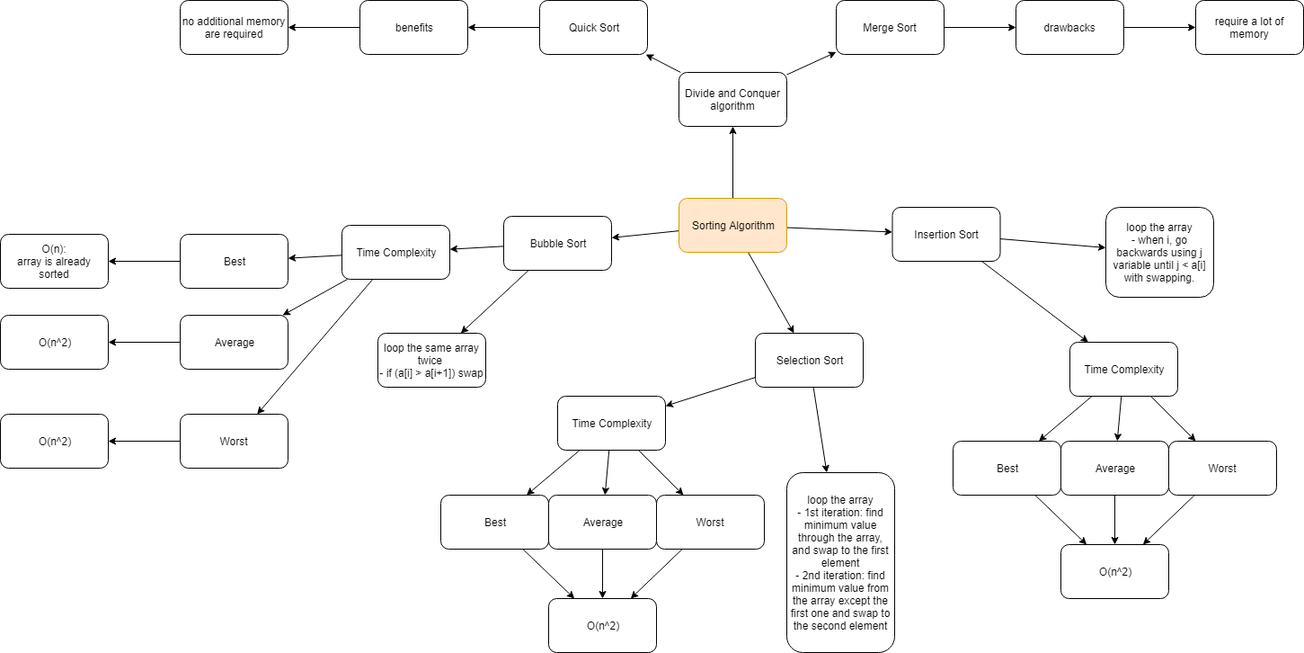
The draw.io diagram Sorting_Algorithm.PNG in stsiwo/data_structures_and_algorithm, before a commit. Source tidied: cells renumbered, new cells last; positions are measured from the earlier drawing's top-left corner, leaving out a move shared by most shapes.
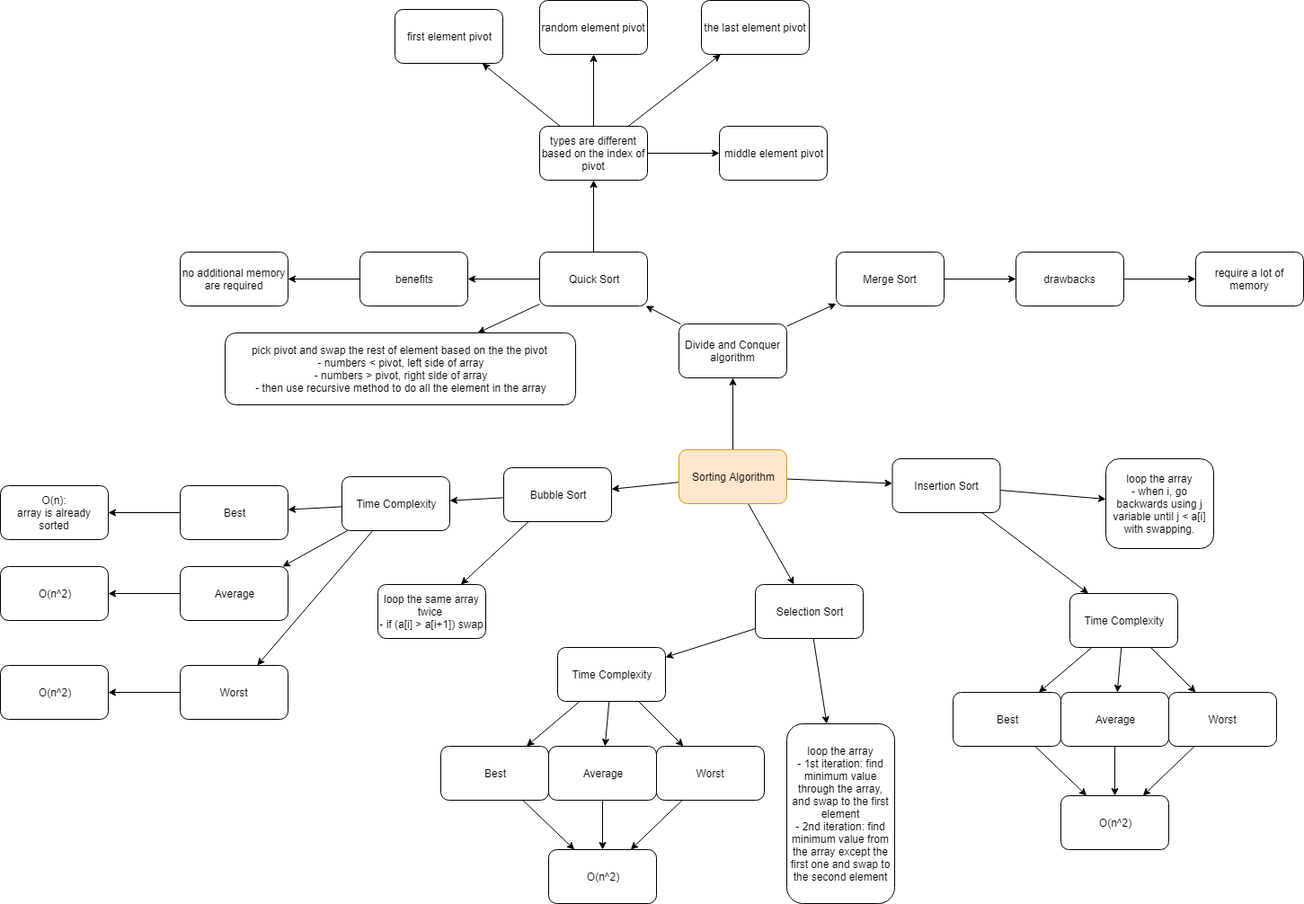
Later version of the same file.

Diff of the diagram source:
```diff
@@ -44,9 +44,45 @@
     <mxCell id="15" style="edgeStyle=none;rounded=0;jettySize=auto;html=1;" parent="1" edge="1" source="16" target="18">
       <mxGeometry relative="1" as="geometry" />
     </mxCell>
+    <mxCell id="69" style="edgeStyle=none;rounded=0;jettySize=auto;html=1;" parent="1" edge="1" source="16" target="76">
+      <mxGeometry relative="1" as="geometry" />
+    </mxCell>
+    <mxCell id="70" style="edgeStyle=none;rounded=0;jettySize=auto;html=1;" parent="1" edge="1" source="16" target="71">
+      <mxGeometry relative="1" as="geometry" />
+    </mxCell>
     <mxCell id="16" value="Quick Sort" style="rounded=1;whiteSpace=wrap;html=1;" parent="1" vertex="1">
       <mxGeometry x="600" width="120" height="60" as="geometry" />
     </mxCell>
+    <mxCell id="71" value="pick pivot and swap the rest of element based on the the pivot&amp;nbsp;&lt;br&gt;- numbers &amp;lt; pivot, left side of array&lt;br&gt;- numbers &amp;gt; pivot, right side of array&lt;br&gt;- then use recursive method to do all the element in the array" style="rounded=1;whiteSpace=wrap;html=1;" parent="1" vertex="1">
+      <mxGeometry x="250" y="90" width="390" height="80" as="geometry" />
+    </mxCell>
+    <mxCell id="72" style="edgeStyle=none;rounded=0;jettySize=auto;html=1;" parent="1" edge="1" source="76" target="80">
+      <mxGeometry relative="1" as="geometry" />
+    </mxCell>
+    <mxCell id="73" style="edgeStyle=none;rounded=0;jettySize=auto;html=1;" parent="1" edge="1" source="76" target="79">
+      <mxGeometry relative="1" as="geometry" />
+    </mxCell>
+    <mxCell id="74" style="edgeStyle=none;rounded=0;jettySize=auto;html=1;" parent="1" edge="1" source="76" target="78">
+      <mxGeometry relative="1" as="geometry" />
+    </mxCell>
+    <mxCell id="75" style="edgeStyle=none;rounded=0;jettySize=auto;html=1;" parent="1" edge="1" source="76" target="77">
+      <mxGeometry relative="1" as="geometry" />
+    </mxCell>
+    <mxCell id="76" value="types are different based on the index of pivot" style="rounded=1;whiteSpace=wrap;html=1;" parent="1" vertex="1">
+      <mxGeometry x="600" y="-140" width="120" height="60" as="geometry" />
+    </mxCell>
+    <mxCell id="77" value="middle element pivot" style="rounded=1;whiteSpace=wrap;html=1;" parent="1" vertex="1">
+      <mxGeometry x="800" y="-140" width="120" height="60" as="geometry" />
+    </mxCell>
+    <mxCell id="78" value="the last element pivot" style="rounded=1;whiteSpace=wrap;html=1;" parent="1" vertex="1">
+      <mxGeometry x="780" y="-280" width="120" height="60" as="geometry" />
+    </mxCell>
+    <mxCell id="79" value="random element pivot" style="rounded=1;whiteSpace=wrap;html=1;" parent="1" vertex="1">
+      <mxGeometry x="600" y="-280" width="120" height="60" as="geometry" />
+    </mxCell>
+    <mxCell id="80" value="first element pivot" style="rounded=1;whiteSpace=wrap;html=1;" parent="1" vertex="1">
+      <mxGeometry x="439" y="-270" width="120" height="60" as="geometry" />
+    </mxCell>
     <mxCell id="17" style="edgeStyle=none;rounded=0;jettySize=auto;html=1;" parent="1" edge="1" source="18" target="19">
       <mxGeometry relative="1" as="geometry" />
     </mxCell>
@@ -203,5 +239,8 @@
     <mxCell id="68" value="Best" style="rounded=1;whiteSpace=wrap;html=1;" parent="1" vertex="1">
       <mxGeometry x="1060" y="490" width="120" height="60" as="geometry" />
     </mxCell>
+    <mxCell id="81" value="&amp;nbsp;&amp;nbsp;" style="text;html=1;align=left;verticalAlign=top;spacingTop=-4;" parent="1" vertex="1">
+      <mxGeometry x="621" y="95" width="20" height="20" as="geometry" />
+    </mxCell>
   </root>
 </mxGraphModel>
```
